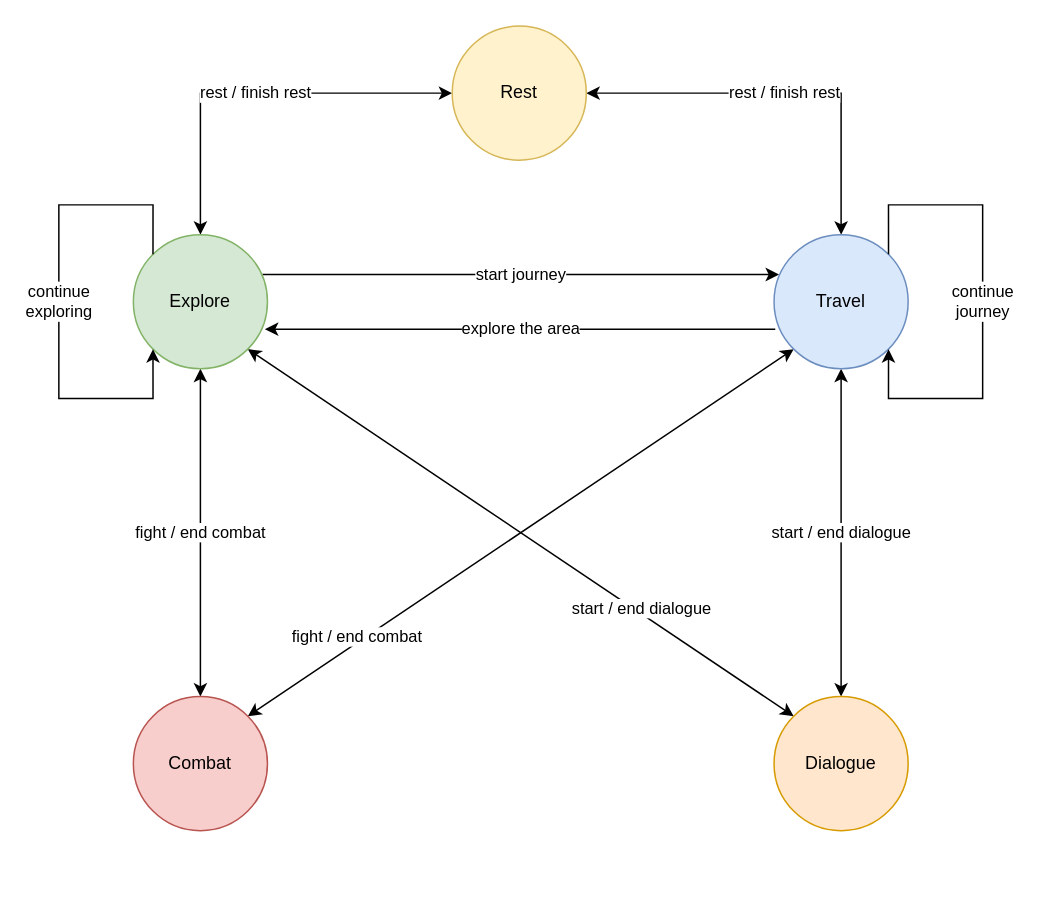
miladhub/dnd keeps this draw.io diagram as page "States" (2 of 10) of dnd.drawio. Above is the earlier version. Source tidied: cells renumbered, new cells numbered last; positions are measured from the earlier drawing's top-left corner, leaving out a move shared by most shapes. Both pictures are drawn from the tidied source at 149%, with x=0, y=0 at pixel (58, 25).
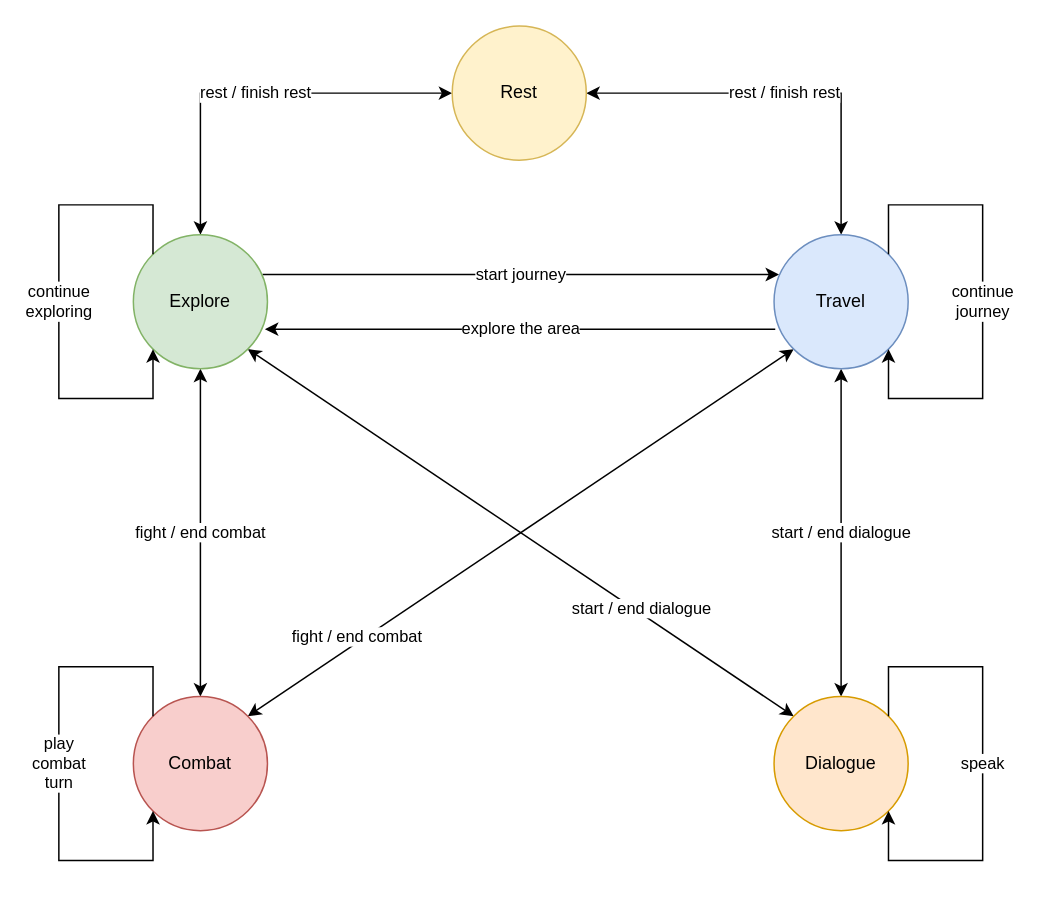
The same page after the edit.

Unchanged cells that the change refers to:
```xml
<mxCell id="12" value="Combat" style="shape=ellipse;html=1;dashed=0;whiteSpace=wrap;perimeter=ellipsePerimeter;fillColor=#f8cecc;strokeColor=#b85450;" parent="1" vertex="1">
  <mxGeometry x="50" y="450" width="90" height="90" as="geometry" />
</mxCell>
<mxCell id="13" value="Dialogue" style="shape=ellipse;html=1;dashed=0;whiteSpace=wrap;perimeter=ellipsePerimeter;fillColor=#ffe6cc;strokeColor=#d79b00;" parent="1" vertex="1">
  <mxGeometry x="480" y="450" width="90" height="90" as="geometry" />
</mxCell>
```

Diff of the diagram source:
```diff
@@
+    <mxCell id="17" value="speak" style="edgeStyle=orthogonalEdgeStyle;rounded=0;orthogonalLoop=1;jettySize=auto;html=1;exitX=1;exitY=0;exitDx=0;exitDy=0;entryX=1;entryY=1;entryDx=0;entryDy=0;" parent="1" edge="1" source="13" target="13">
+      <mxGeometry relative="1" as="geometry">
+        <Array as="points">
+          <mxPoint x="557" y="430" />
+          <mxPoint x="620" y="430" />
+          <mxPoint x="620" y="560" />
+          <mxPoint x="557" y="560" />
+        </Array>
+      </mxGeometry>
+    </mxCell>
+    <mxCell id="18" value="play&lt;br&gt;combat&lt;br&gt;turn" style="edgeStyle=orthogonalEdgeStyle;rounded=0;orthogonalLoop=1;jettySize=auto;html=1;exitX=0;exitY=0;exitDx=0;exitDy=0;entryX=0;entryY=1;entryDx=0;entryDy=0;" parent="1" edge="1" source="12" target="12">
+      <mxGeometry relative="1" as="geometry">
+        <Array as="points">
+          <mxPoint x="63" y="430" />
+          <mxPoint y="430" />
+          <mxPoint y="560" />
+          <mxPoint x="63" y="560" />
+        </Array>
+      </mxGeometry>
+    </mxCell>
```
